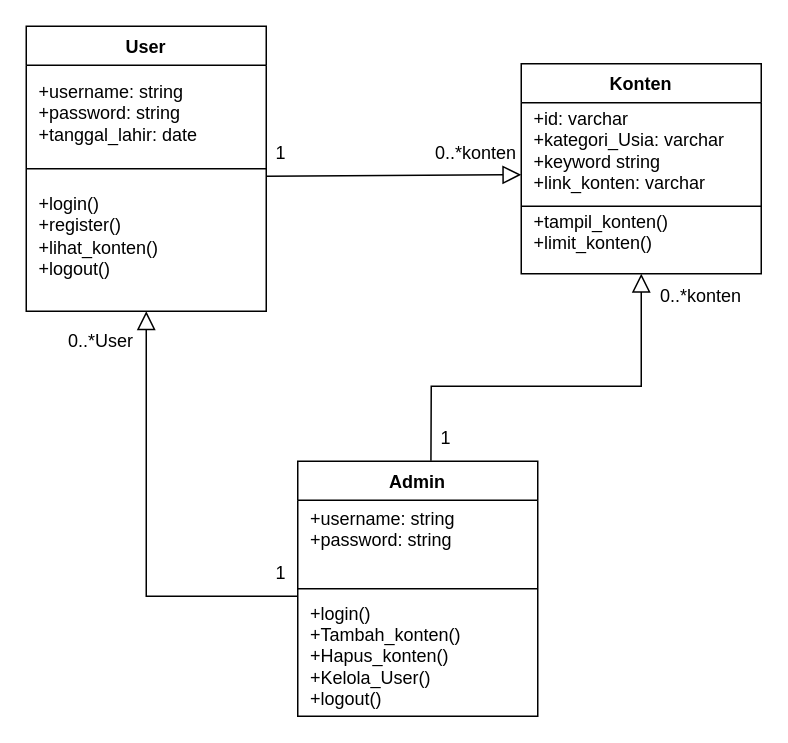
abdraiin/Sistem-Rekomendasi-Konten keeps this draw.io diagram as Class Diagram.drawio. Above is the earlier version. Source tidied: cells renumbered, new cells numbered last; positions are measured from the earlier drawing's top-left corner, leaving out a move shared by most shapes. Both pictures are drawn from the tidied source at 150%, with x=0, y=0 at pixel (26, 26).
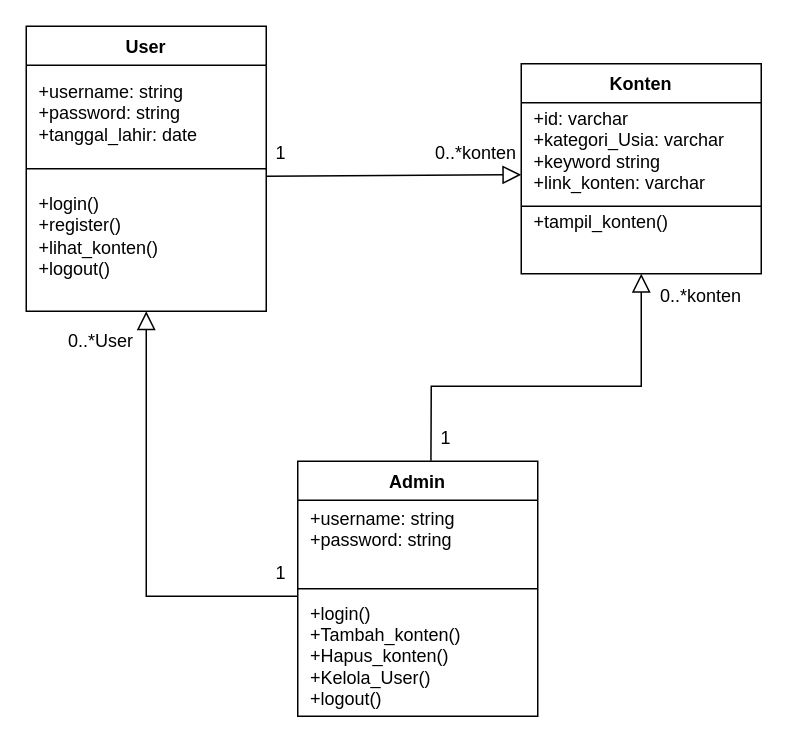
Above is the later version.

Unchanged cells that the change refers to:
```xml
<mxCell id="6" value="Konten" style="swimlane;fontStyle=1;align=center;verticalAlign=top;horizontal=1;startSize=26;rounded=0;shadow=0;strokeWidth=1;" parent="1" vertex="1">
  <mxGeometry x="330" y="25" width="160" height="140" as="geometry" />
</mxCell>
```

Diff of the diagram source:
```diff
@@
-    <mxCell id="9" value="&amp;nbsp; +tampil_konten()&lt;div&gt;&amp;nbsp; +limit_konten()&lt;/div&gt;&lt;div&gt;&lt;br&gt;&lt;/div&gt;" style="text;html=1;whiteSpace=wrap;strokeColor=none;fillColor=none;align=left;verticalAlign=middle;rounded=0;" parent="6" vertex="1">
+    <mxCell id="9" value="&amp;nbsp; +tampil_konten()&lt;div&gt;&lt;br&gt;&lt;/div&gt;&lt;div&gt;&lt;br&gt;&lt;/div&gt;" style="text;html=1;whiteSpace=wrap;strokeColor=none;fillColor=none;align=left;verticalAlign=middle;rounded=0;" parent="6" vertex="1">
       <mxGeometry y="100" width="160" height="40" as="geometry" />
     </mxCell>
```
